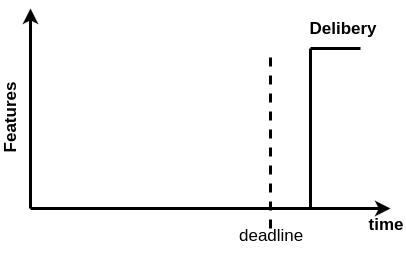
This is images/deliveryEnProyectosClasicos.png from dariopalminio/ScrumEnIngenieriaDeSoftware, a draw.io export, as it was before one commit. Source tidied: cells renumbered, new cells last; positions are measured from the earlier drawing's top-left corner, leaving out a move shared by most shapes. The source it was exported from:
```xml
<mxGraphModel background="#ffffff">
  <root>
    <mxCell id="0" />
    <mxCell id="1" parent="0" />
    <mxCell id="2" style="endArrow=classic;html=1;strokeWidth=3;fontSize=17;" parent="1" edge="1">
      <mxGeometry relative="1" as="geometry">
        <mxPoint x="40" y="200" as="sourcePoint" />
        <mxPoint x="40" as="targetPoint" />
      </mxGeometry>
    </mxCell>
    <mxCell id="3" style="endArrow=classic;html=1;strokeWidth=3;fontSize=17;" parent="1" edge="1">
      <mxGeometry relative="1" as="geometry">
        <mxPoint x="40" y="200" as="sourcePoint" />
        <mxPoint x="400" y="200" as="targetPoint" />
      </mxGeometry>
    </mxCell>
    <mxCell id="4" style="endArrow=none;html=1;strokeWidth=3;fontSize=17;endFill=0;" parent="1" edge="1">
      <mxGeometry relative="1" as="geometry">
        <mxPoint x="320" y="200" as="sourcePoint" />
        <mxPoint x="320" y="40" as="targetPoint" />
      </mxGeometry>
    </mxCell>
    <mxCell id="5" style="endArrow=none;html=1;strokeWidth=3;fontSize=17;endFill=0;" parent="1" edge="1">
      <mxGeometry relative="1" as="geometry">
        <mxPoint x="370" y="40" as="sourcePoint" />
        <mxPoint x="320" y="40" as="targetPoint" />
      </mxGeometry>
    </mxCell>
    <mxCell id="6" style="endArrow=none;html=1;strokeWidth=3;fontSize=17;endFill=0;dashed=1;" parent="1" edge="1">
      <mxGeometry relative="1" as="geometry">
        <mxPoint x="280" y="220" as="sourcePoint" />
        <mxPoint x="280" y="40" as="targetPoint" />
      </mxGeometry>
    </mxCell>
    <mxCell id="7" value="deadline" style="text;html=1;fontSize=17;" parent="1" vertex="1">
      <mxGeometry x="247" y="211" width="90" height="40" as="geometry" />
    </mxCell>
    <mxCell id="8" value="Features" style="text;html=1;strokeColor=none;fillColor=none;align=center;verticalAlign=middle;whiteSpace=wrap;fontSize=17;direction=west;rotation=-90;fontStyle=1;" parent="1" vertex="1">
      <mxGeometry y="100" width="40" height="20" as="geometry" />
    </mxCell>
    <mxCell id="9" value="time" style="text;html=1;strokeColor=none;fillColor=none;align=center;verticalAlign=middle;whiteSpace=wrap;fontSize=17;fontStyle=1;" parent="1" vertex="1">
      <mxGeometry x="375" y="206" width="40" height="20" as="geometry" />
    </mxCell>
    <mxCell id="10" value="Delibery" style="text;html=1;strokeColor=none;fillColor=none;align=center;verticalAlign=middle;whiteSpace=wrap;fontSize=17;fontStyle=1;" parent="1" vertex="1">
      <mxGeometry x="333" y="10" width="40" height="20" as="geometry" />
    </mxCell>
  </root>
</mxGraphModel>
```
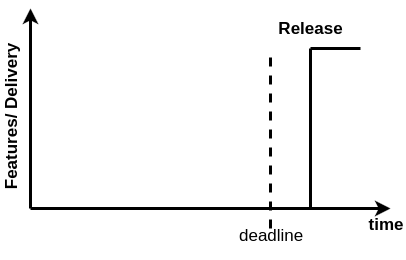
The same file after the commit.

Diff of the diagram source:
```diff
@@ -35,14 +35,14 @@
     <mxCell id="7" value="deadline" style="text;html=1;fontSize=17;" parent="1" vertex="1">
       <mxGeometry x="247" y="211" width="90" height="40" as="geometry" />
     </mxCell>
-    <mxCell id="8" value="Features" style="text;html=1;strokeColor=none;fillColor=none;align=center;verticalAlign=middle;whiteSpace=wrap;fontSize=17;direction=west;rotation=-90;fontStyle=1;" parent="1" vertex="1">
-      <mxGeometry y="100" width="40" height="20" as="geometry" />
+    <mxCell id="8" value="Features/ Delivery" style="text;html=1;strokeColor=none;fillColor=none;align=center;verticalAlign=middle;whiteSpace=wrap;fontSize=17;direction=west;rotation=-90;fontStyle=1;" parent="1" vertex="1">
+      <mxGeometry x="-72" y="98" width="185" height="20" as="geometry" />
     </mxCell>
     <mxCell id="9" value="time" style="text;html=1;strokeColor=none;fillColor=none;align=center;verticalAlign=middle;whiteSpace=wrap;fontSize=17;fontStyle=1;" parent="1" vertex="1">
       <mxGeometry x="375" y="206" width="40" height="20" as="geometry" />
     </mxCell>
-    <mxCell id="10" value="Delibery" style="text;html=1;strokeColor=none;fillColor=none;align=center;verticalAlign=middle;whiteSpace=wrap;fontSize=17;fontStyle=1;" parent="1" vertex="1">
-      <mxGeometry x="333" y="10" width="40" height="20" as="geometry" />
+    <mxCell id="10" value="Release" style="text;html=1;strokeColor=none;fillColor=none;align=center;verticalAlign=middle;whiteSpace=wrap;fontSize=17;fontStyle=1;" parent="1" vertex="1">
+      <mxGeometry x="300" y="10" width="40" height="20" as="geometry" />
     </mxCell>
   </root>
 </mxGraphModel>
```
